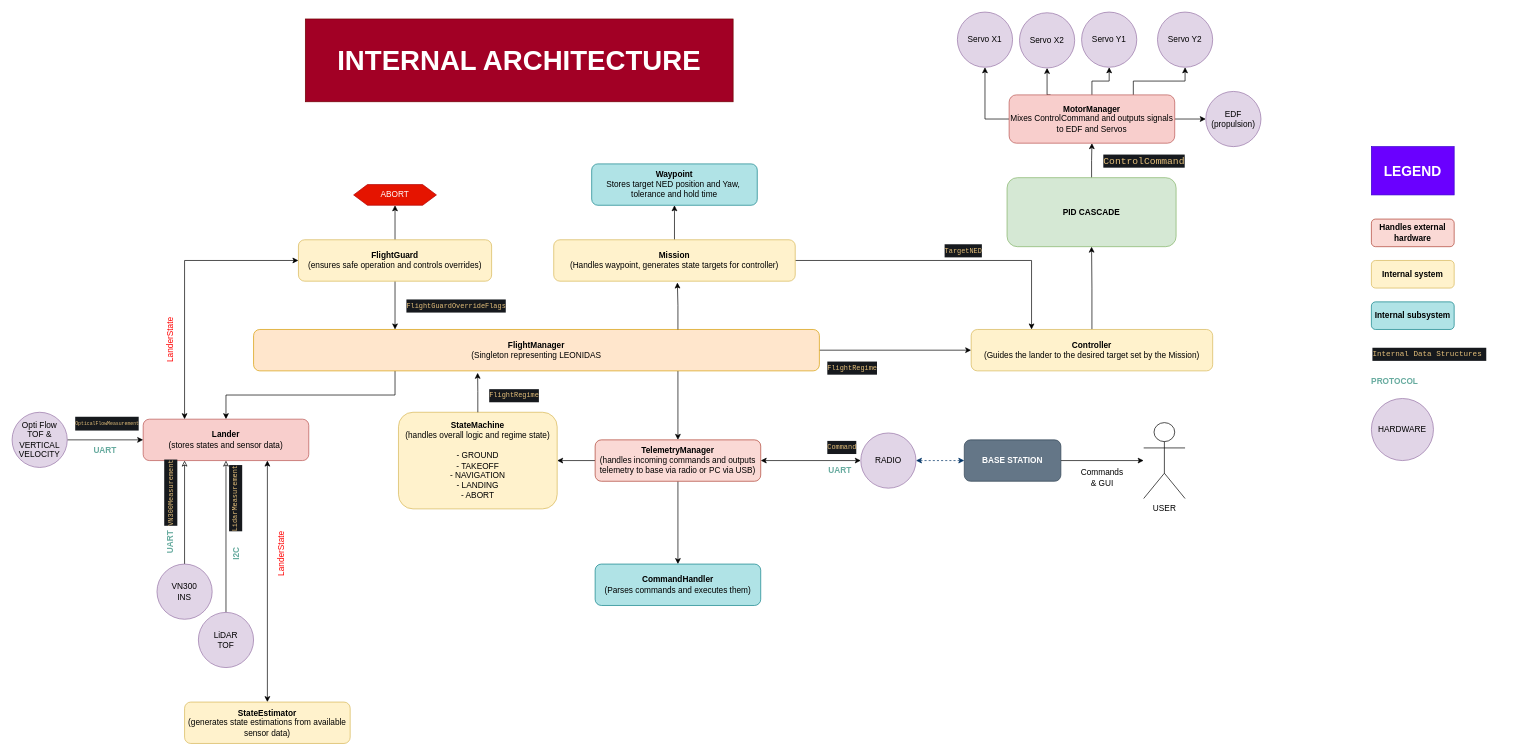
This is notes/DIAGRAM.drawio from alexcrrera/leonidas-lander, a draw.io file, before an edit. Source tidied: cells renumbered, new cells numbered last; positions are measured from the earlier drawing's top-left corner, leaving out a move shared by most shapes. Both pictures are drawn from the tidied source at 69%, with x=0, y=0 at pixel (12, 12).
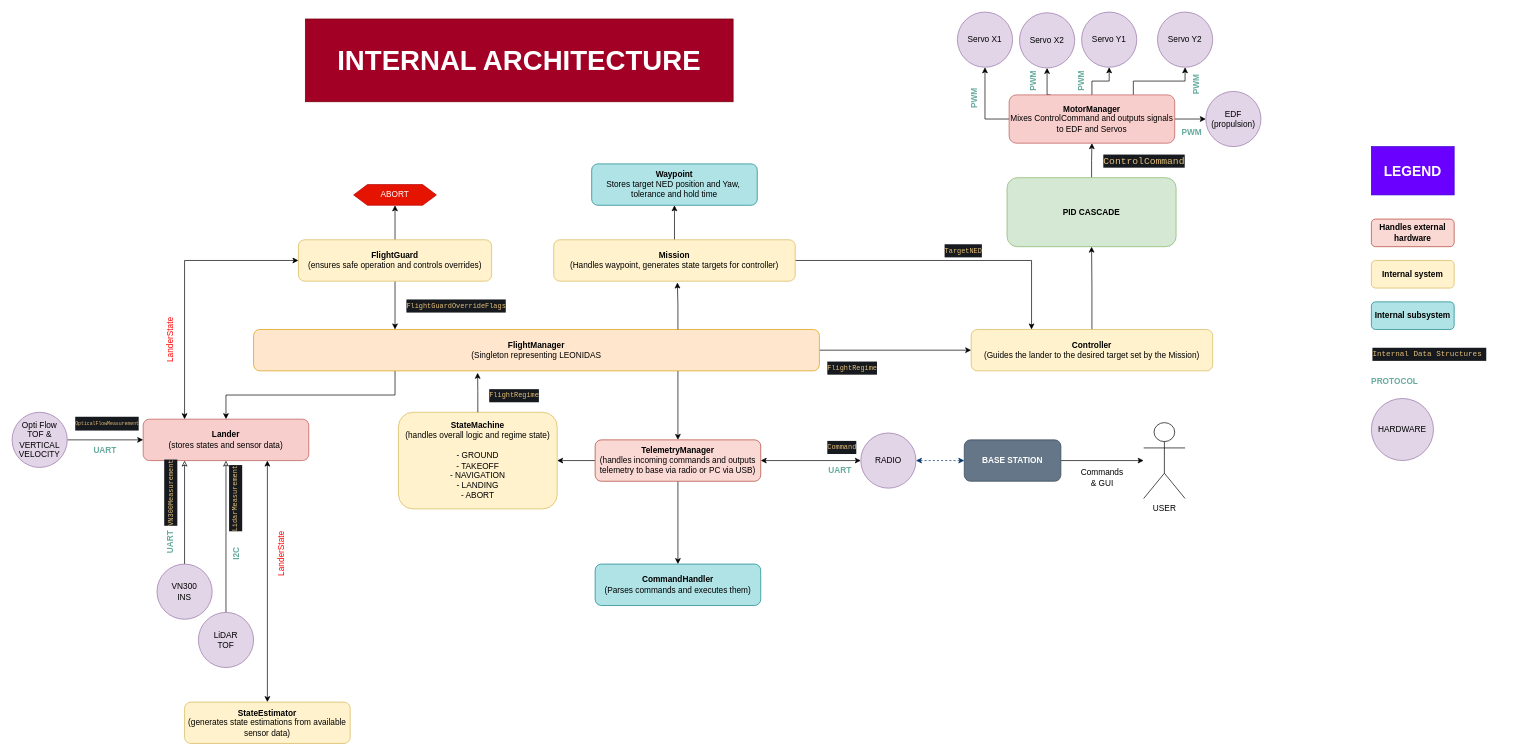
The same page after the edit.

What changed in the source:
```diff
@@
+    <mxCell id="76" value="&lt;b&gt;&lt;font style=&quot;color: rgb(103, 171, 159);&quot;&gt;PWM&lt;/font&gt;&lt;/b&gt;" style="text;html=1;align=center;verticalAlign=middle;whiteSpace=wrap;rounded=0;rotation=-90;" parent="1" vertex="1">
+      <mxGeometry x="1365" y="110" width="60" height="30" as="geometry" />
+    </mxCell>
+    <mxCell id="77" value="&lt;b&gt;&lt;font style=&quot;color: rgb(103, 171, 159);&quot;&gt;PWM&lt;/font&gt;&lt;/b&gt;" style="text;html=1;align=center;verticalAlign=middle;whiteSpace=wrap;rounded=0;" parent="1" vertex="1">
+      <mxGeometry x="1680" y="160" width="60" height="30" as="geometry" />
+    </mxCell>
+    <mxCell id="78" value="&lt;b&gt;&lt;font style=&quot;color: rgb(103, 171, 159);&quot;&gt;PWM&lt;/font&gt;&lt;/b&gt;" style="text;html=1;align=center;verticalAlign=middle;whiteSpace=wrap;rounded=0;rotation=-90;" parent="1" vertex="1">
+      <mxGeometry x="1450" y="85" width="60" height="30" as="geometry" />
+    </mxCell>
+    <mxCell id="79" value="&lt;b&gt;&lt;font style=&quot;color: rgb(103, 171, 159);&quot;&gt;PWM&lt;/font&gt;&lt;/b&gt;" style="text;html=1;align=center;verticalAlign=middle;whiteSpace=wrap;rounded=0;rotation=-90;" parent="1" vertex="1">
+      <mxGeometry x="1520" y="85" width="60" height="30" as="geometry" />
+    </mxCell>
+    <mxCell id="80" value="&lt;b&gt;&lt;font style=&quot;color: rgb(103, 171, 159);&quot;&gt;PWM&lt;/font&gt;&lt;/b&gt;" style="text;html=1;align=center;verticalAlign=middle;whiteSpace=wrap;rounded=0;rotation=-90;" parent="1" vertex="1">
+      <mxGeometry x="1687" y="90" width="60" height="30" as="geometry" />
+    </mxCell>
```
